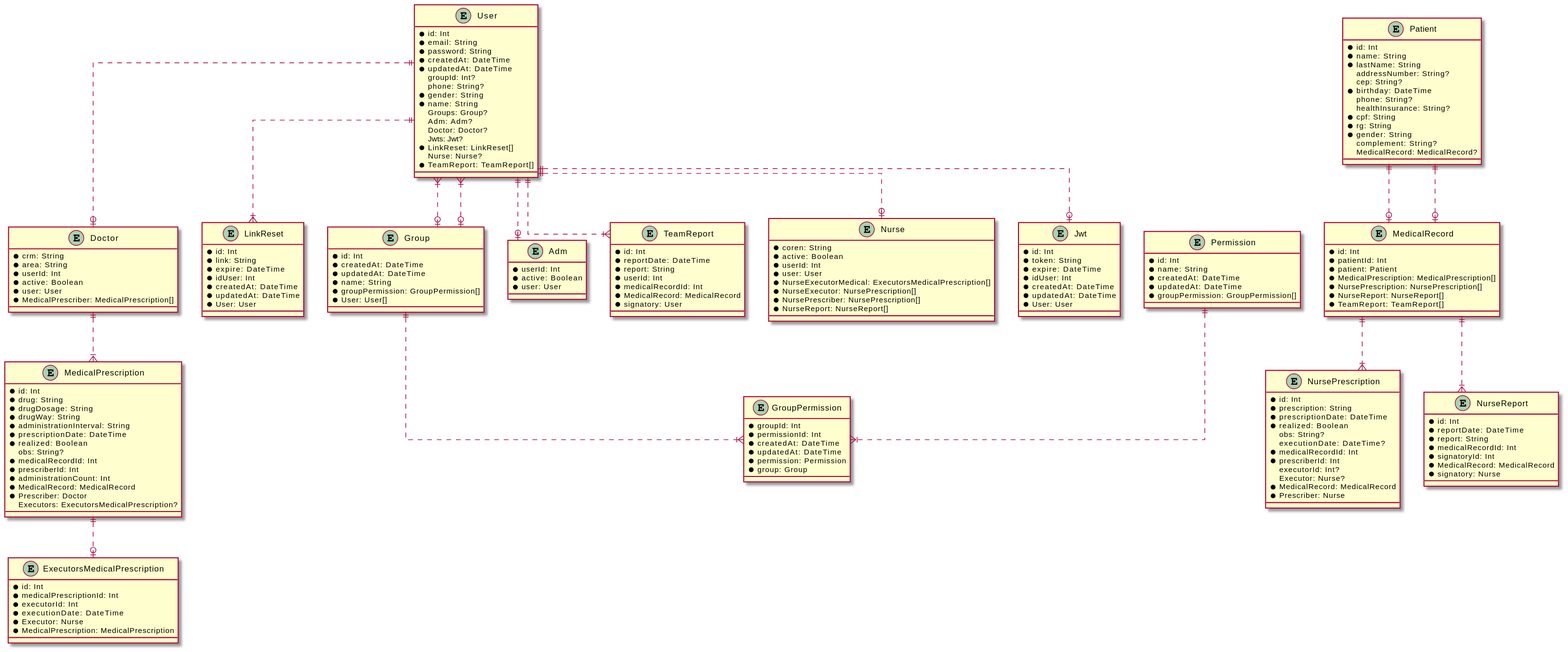
Before: prisma/uml/schemas_uml.svg, a diagram exported from PlantUML (CC-UNIP-CAMPINAS/SAPEP-back).
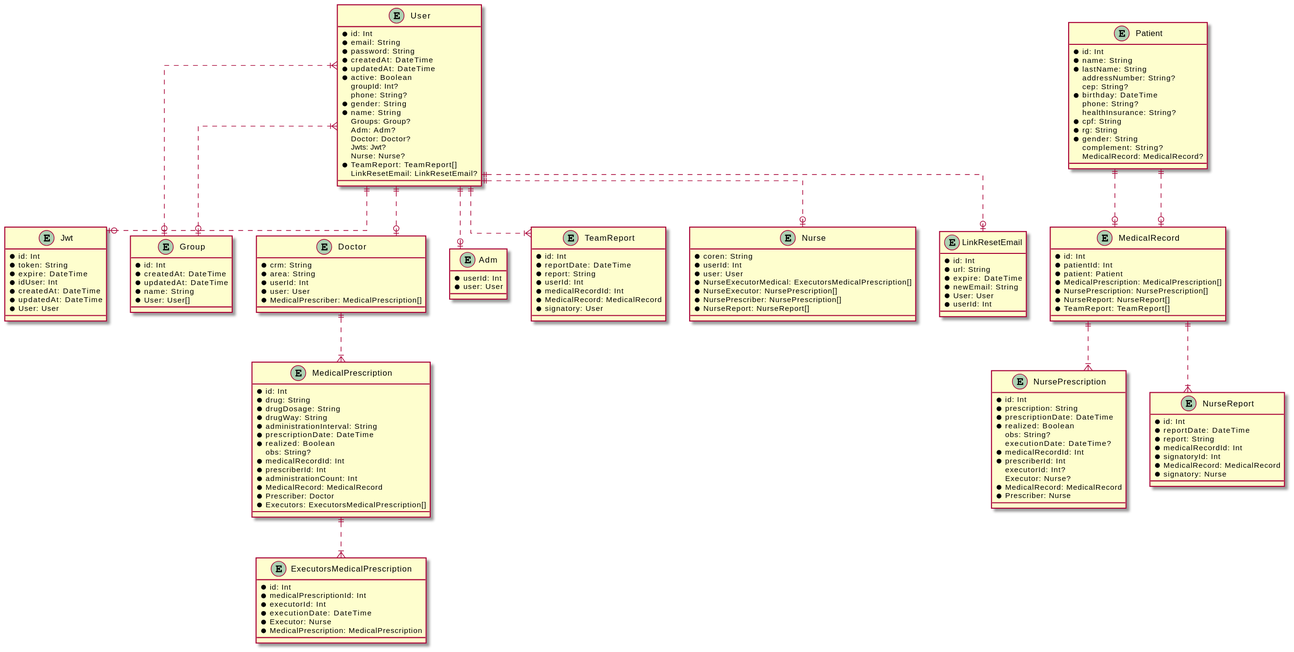
Above is the later version.

Commit message:
feat(Prisma): :sparkles: Implementação do schema LinkResetEmail

Diff of the diagram source:
```diff
@@ -7,6 +7,7 @@
   * password: String
   * createdAt: DateTime
   * updatedAt: DateTime
+  * active: Boolean
   groupId: Int?
   phone: String?
   * gender: String
@@ -15,9 +16,9 @@
   Adm: Adm?
   Doctor: Doctor?
   Jwts: Jwt?
-  * LinkReset: LinkReset[]
   Nurse: Nurse?
   * TeamReport: TeamReport[]
+  LinkResetEmail: LinkResetEmail?
 }
 
 entity Jwt {
@@ -35,35 +36,7 @@
   * createdAt: DateTime
   * updatedAt: DateTime
   * name: String
-  * groupPermission: GroupPermission[]
   * User: User[]
-}
-
-entity Permission {
-  * id: Int
-  * name: String
-  * createdAt: DateTime
-  * updatedAt: DateTime
-  * groupPermission: GroupPermission[]
-}
-
-entity GroupPermission {
-  * groupId: Int
-  * permissionId: Int
-  * createdAt: DateTime
-  * updatedAt: DateTime
-  * permission: Permission
-  * group: Group
-}
-
-entity LinkReset {
-  * id: Int
-  * link: String
-  * expire: DateTime
-  * idUser: Int
-  * createdAt: DateTime
-  * updatedAt: DateTime
-  * User: User
 }
 
 entity Patient {
@@ -86,14 +59,12 @@
   * crm: String
   * area: String
   * userId: Int
-  * active: Boolean
   * user: User
   * MedicalPrescriber: MedicalPrescription[]
 }
 
 entity Adm {
   * userId: Int
-  * active: Boolean
   * user: User
 }
 
@@ -111,7 +82,7 @@
   * administrationCount: Int
   * MedicalRecord: MedicalRecord
   * Prescriber: Doctor
-  Executors: ExecutorsMedicalPrescription?
+  * Executors: ExecutorsMedicalPrescription[]
 }
 
 entity MedicalRecord {
@@ -136,7 +107,6 @@
 
 entity Nurse {
   * coren: String
-  * active: Boolean
   * userId: Int
   * user: User
   * NurseExecutorMedical: ExecutorsMedicalPrescription[]
@@ -179,12 +149,18 @@
   * MedicalPrescription: MedicalPrescription
 }
 
+entity LinkResetEmail {
+  * id: Int
+  * url: String
+  * expire: DateTime
+  * newEmail: String
+  * User: User
+  * userId: Int
+}
+
 User }|..o| Group
 User ||..o| Jwt
 User }|..o| Group
-Permission ||..|{ GroupPermission
-Group ||..|{ GroupPermission
-User ||..|{ LinkReset
 Patient ||..o| MedicalRecord
 User ||..o| Doctor
 User ||..o| Adm
@@ -194,5 +170,6 @@
 User ||..o| Nurse
 MedicalRecord ||..|{ NursePrescription
 MedicalRecord ||..|{ NurseReport
-MedicalPrescription ||..o| ExecutorsMedicalPrescription
+MedicalPrescription ||..|{ ExecutorsMedicalPrescription
+User ||..o| LinkResetEmail
 @enduml
```
